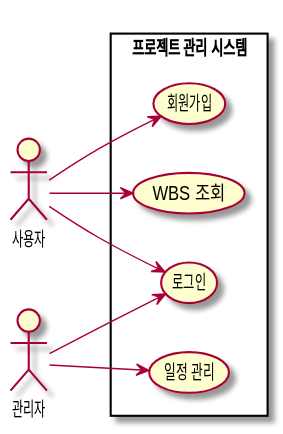
Above: docs/diagrams/UCD.svg in ghdrb1246/Project_Automation (PlantUML), before the change.
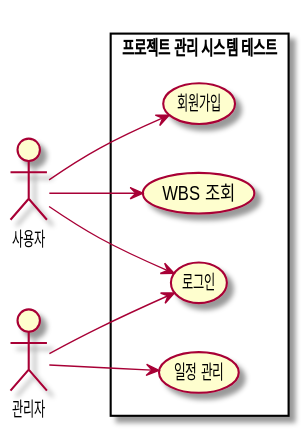
The same diagram one commit later.

Commit message:
docs: auto-render UML diagrams

The edit, as a diff of the source:
```diff
@@ -3,7 +3,7 @@
 actor 사용자 as User
 actor "관리자" as Admin
 
-rectangle "프로젝트 관리 시스템" {
+rectangle "프로젝트 관리 시스템 테스트" {
   usecase "회원가입" as UC1
   usecase "로그인" as UC2
   usecase "WBS 조회" as UC3
```
